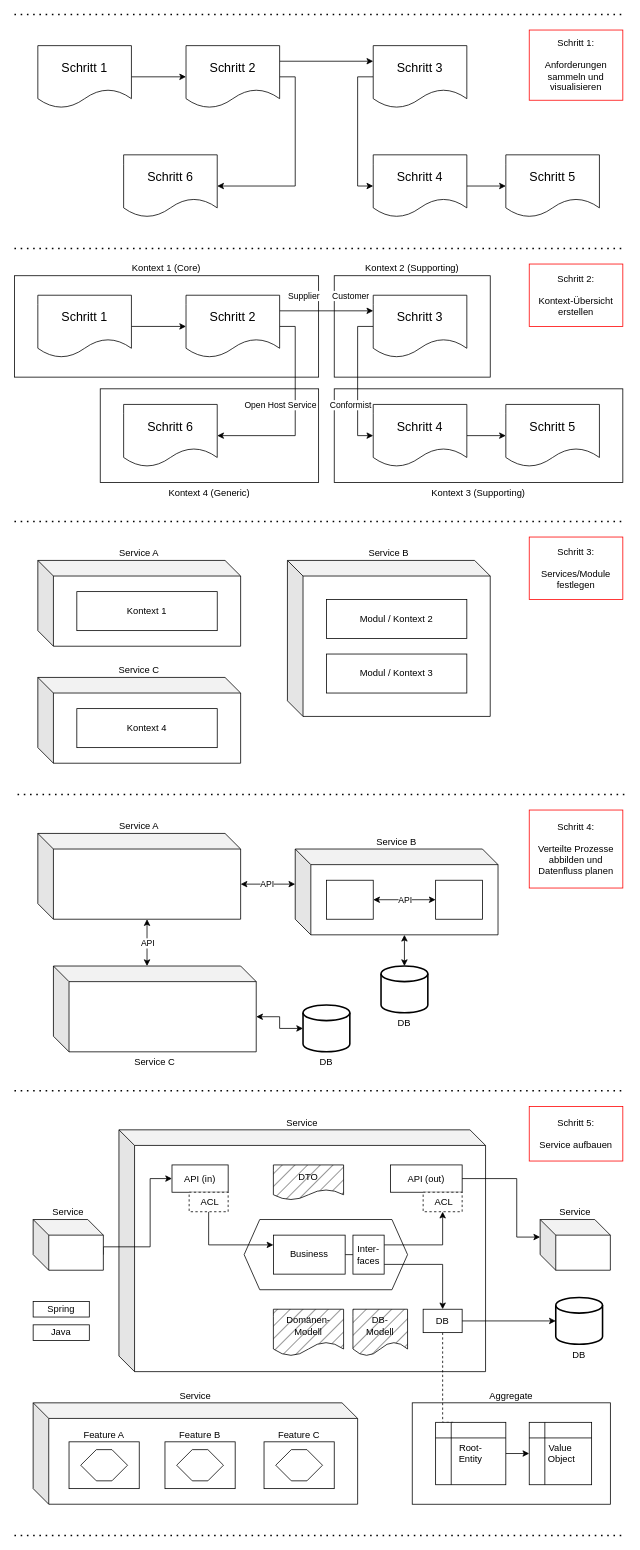
Before: images/project-architecture-guide.drawio in coc-university/software-architecture-guide, a draw.io diagram. Source tidied: cells renumbered, new cells numbered last; positions are measured from the earlier drawing's top-left corner, leaving out a move shared by most shapes. Both pictures are drawn from the tidied source at 78%, with x=0, y=0 at pixel (14, 14).
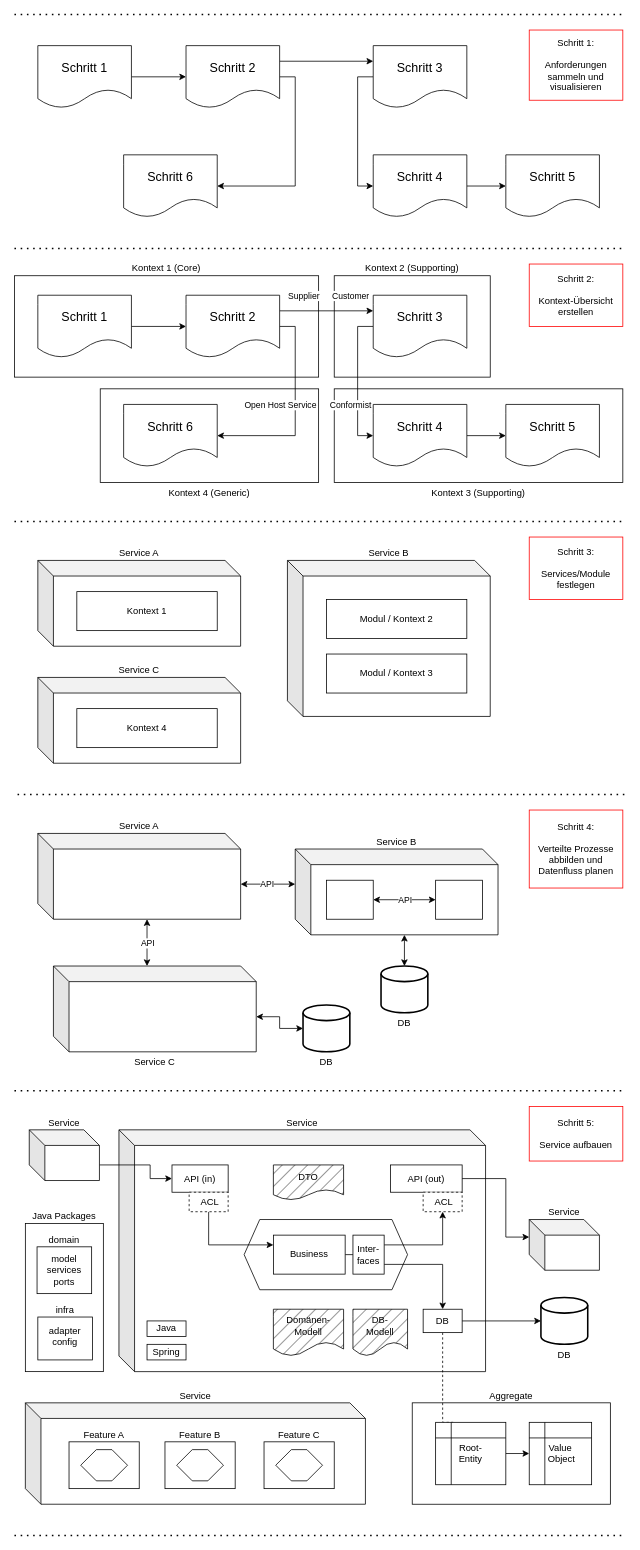
Above is the later version.

Unchanged cells that the change refers to:
```xml
<mxCell id="67" value="API (in)" style="rounded=0;whiteSpace=wrap;html=1;labelPosition=center;verticalLabelPosition=middle;align=center;verticalAlign=middle;strokeColor=light-dark(#000000,#FF8000);" parent="1" vertex="1">
  <mxGeometry x="202" y="1475" width="72" height="35" as="geometry" />
</mxCell>
<mxCell id="68" value="API (out)" style="rounded=0;whiteSpace=wrap;html=1;labelPosition=center;verticalLabelPosition=middle;align=center;verticalAlign=middle;strokeColor=light-dark(#000000,#FF8000);" parent="1" vertex="1">
  <mxGeometry x="482" y="1475" width="92" height="35" as="geometry" />
</mxCell>
```

Diff of the diagram source:
```diff
@@
     <mxCell id="73" value="Service" style="shape=cube;whiteSpace=wrap;html=1;boundedLbl=1;backgroundOutline=1;darkOpacity=0.05;darkOpacity2=0.1;labelPosition=center;verticalLabelPosition=top;align=center;verticalAlign=bottom;" parent="1" vertex="1">
-      <mxGeometry x="674" y="1545" width="90" height="65" as="geometry" />
+      <mxGeometry x="660" y="1545" width="90" height="65" as="geometry" />
     </mxCell>
     <mxCell id="74" value="DB" style="strokeWidth=2;html=1;shape=mxgraph.flowchart.database;whiteSpace=wrap;labelPosition=center;verticalLabelPosition=bottom;align=center;verticalAlign=top;" parent="1" vertex="1">
-      <mxGeometry x="694" y="1645" width="60" height="60" as="geometry" />
+      <mxGeometry x="675" y="1645" width="60" height="60" as="geometry" />
     </mxCell>
@@
     <mxCell id="76" style="edgeStyle=orthogonalEdgeStyle;rounded=0;jettySize=auto;html=1;exitX=1;exitY=0.5;exitDx=0;exitDy=0;entryX=0;entryY=0;entryDx=0;entryDy=22.5;entryPerimeter=0;" parent="1" edge="1" source="68" target="73">
       <mxGeometry relative="1" as="geometry">
         <Array as="points">
-          <mxPoint x="644" y="1493" />
-          <mxPoint x="644" y="1568" />
+          <mxPoint x="630" y="1493" />
+          <mxPoint x="630" y="1568" />
         </Array>
       </mxGeometry>
     </mxCell>
     <mxCell id="77" style="edgeStyle=orthogonalEdgeStyle;rounded=0;jettySize=auto;html=1;exitX=0;exitY=0;exitDx=90;exitDy=45;exitPerimeter=0;entryX=0;entryY=0.5;entryDx=0;entryDy=0;" parent="1" edge="1" source="78" target="67">
       <mxGeometry relative="1" as="geometry">
         <Array as="points">
-          <mxPoint x="174" y="1580" />
-          <mxPoint x="174" y="1492" />
+          <mxPoint x="174" y="1475" />
+          <mxPoint x="174" y="1493" />
         </Array>
       </mxGeometry>
     </mxCell>
     <mxCell id="78" value="Service" style="shape=cube;whiteSpace=wrap;html=1;boundedLbl=1;backgroundOutline=1;darkOpacity=0.05;darkOpacity2=0.1;labelPosition=center;verticalLabelPosition=top;align=center;verticalAlign=bottom;" parent="1" vertex="1">
-      <mxGeometry x="24" y="1545" width="90" height="65" as="geometry" />
+      <mxGeometry x="19" y="1430" width="90" height="65" as="geometry" />
     </mxCell>
@@
     <mxCell id="82" value="Spring" style="rounded=0;whiteSpace=wrap;html=1;labelPosition=center;verticalLabelPosition=middle;align=center;verticalAlign=middle;strokeColor=light-dark(#000000,#FF8000);" parent="1" vertex="1">
-      <mxGeometry x="24" y="1650" width="72" height="20" as="geometry" />
+      <mxGeometry x="170" y="1705" width="50" height="20" as="geometry" />
     </mxCell>
     <mxCell id="83" value="Java" style="rounded=0;whiteSpace=wrap;html=1;labelPosition=center;verticalLabelPosition=middle;align=center;verticalAlign=middle;strokeColor=light-dark(#000000,#009900);" parent="1" vertex="1">
-      <mxGeometry x="24" y="1680" width="72" height="20" as="geometry" />
+      <mxGeometry x="170" y="1675" width="50" height="20" as="geometry" />
     </mxCell>
@@
     <mxCell id="93" value="Service" style="shape=cube;whiteSpace=wrap;html=1;boundedLbl=1;backgroundOutline=1;darkOpacity=0.05;darkOpacity2=0.1;labelPosition=center;verticalLabelPosition=top;align=center;verticalAlign=bottom;" parent="1" vertex="1">
-      <mxGeometry x="24" y="1780" width="416" height="130" as="geometry" />
+      <mxGeometry x="14" y="1780" width="436" height="130" as="geometry" />
     </mxCell>
@@
+    <mxCell id="101" value="Java Packages" style="rounded=0;whiteSpace=wrap;html=1;labelPosition=center;verticalLabelPosition=top;align=center;verticalAlign=bottom;" parent="1" vertex="1">
+      <mxGeometry x="14" y="1550" width="100" height="190" as="geometry" />
+    </mxCell>
+    <mxCell id="102" value="domain" style="rounded=0;whiteSpace=wrap;html=1;labelPosition=center;verticalLabelPosition=top;align=center;verticalAlign=bottom;strokeColor=light-dark(#000000,#009900);" parent="1" vertex="1">
+      <mxGeometry x="29" y="1580" width="70" height="60" as="geometry" />
+    </mxCell>
+    <mxCell id="103" value="infra" style="rounded=0;whiteSpace=wrap;html=1;labelPosition=center;verticalLabelPosition=top;align=center;verticalAlign=bottom;strokeColor=light-dark(#000000,#FF8000);" parent="1" vertex="1">
+      <mxGeometry x="30" y="1670" width="70" height="55" as="geometry" />
+    </mxCell>
+    <mxCell id="104" value="model&lt;div&gt;services&lt;br&gt;ports&lt;/div&gt;" style="rounded=0;whiteSpace=wrap;html=1;labelPosition=center;verticalLabelPosition=middle;align=center;verticalAlign=middle;strokeColor=none;" parent="1" vertex="1">
+      <mxGeometry x="34" y="1587.5" width="60" height="45" as="geometry" />
+    </mxCell>
+    <mxCell id="105" value="adapter&lt;div&gt;config&lt;/div&gt;" style="rounded=0;whiteSpace=wrap;html=1;labelPosition=center;verticalLabelPosition=middle;align=center;verticalAlign=middle;strokeColor=none;" parent="1" vertex="1">
+      <mxGeometry x="35" y="1680" width="60" height="30" as="geometry" />
+    </mxCell>
```
